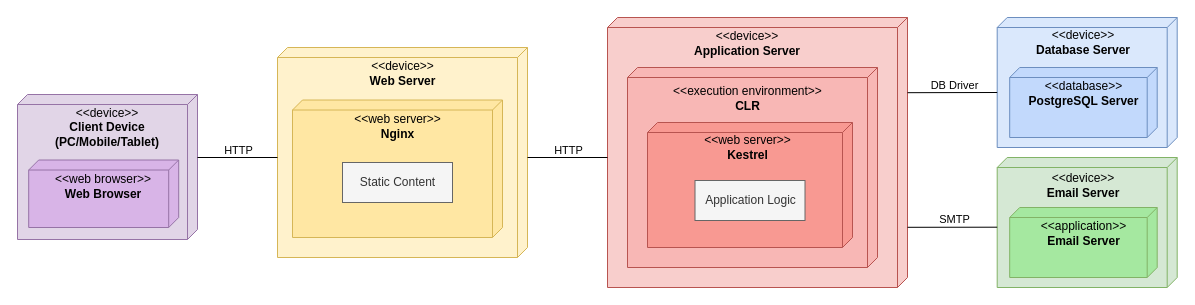
Earlier version of the draw.io diagram DD/uml/deployment/deployment.drawio (Astenna/DREAM). Source tidied: cells renumbered, new cells numbered last; positions are measured from the earlier drawing's top-left corner, leaving out a move shared by most shapes. Both pictures are drawn from the tidied source at 100%, with x=0, y=0 at pixel (17, 17).
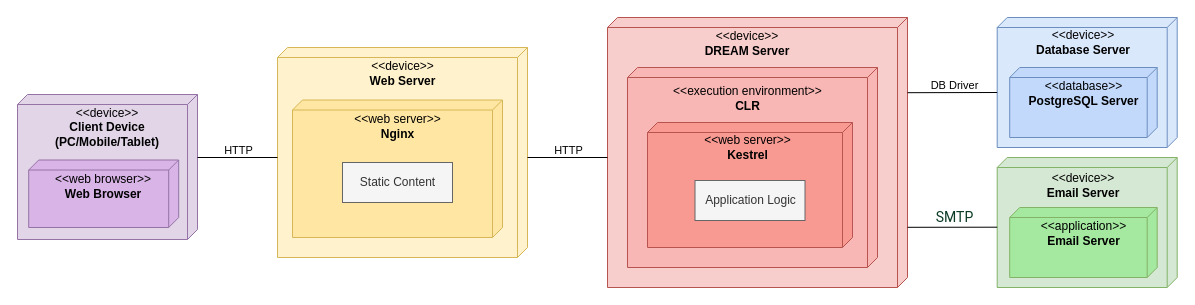
After the change.

Commit message (it also covers changes not shown here):
High level component and Deployment diagram update, changed names of components

Unchanged cells that the change refers to:
```xml
<mxCell id="16" style="endArrow=none;html=1;rounded=0;fontFamily=Helvetica;exitX=0.445;exitY=-0.001;exitDx=0;exitDy=0;exitPerimeter=0;entryX=0;entryY=0;entryDx=75;entryDy=180;entryPerimeter=0;" parent="1" edge="1">
  <mxGeometry relative="1" as="geometry">
    <mxPoint x="890" y="209.8" as="sourcePoint" />
    <mxPoint x="979.7" y="209.7" as="targetPoint" />
  </mxGeometry>
</mxCell>
```

What changed in the source:
```diff
@@
-    <mxCell id="7" value="&amp;lt;&amp;lt;device&amp;gt;&amp;gt;&lt;br&gt;&lt;b&gt;Application Server&lt;/b&gt;" style="text;html=1;strokeColor=none;fillColor=none;align=center;verticalAlign=middle;whiteSpace=wrap;rounded=0;fontFamily=Helvetica;" parent="1" vertex="1">
+    <mxCell id="7" value="&amp;lt;&amp;lt;device&amp;gt;&amp;gt;&lt;br&gt;&lt;b&gt;DREAM Server&lt;/b&gt;" style="text;html=1;strokeColor=none;fillColor=none;align=center;verticalAlign=middle;whiteSpace=wrap;rounded=0;fontFamily=Helvetica;" parent="1" vertex="1">
       <mxGeometry x="675" y="11" width="110" height="30" as="geometry" />
     </mxCell>
@@
-    <mxCell id="17" value="SMTP" style="edgeLabel;html=1;align=center;verticalAlign=middle;fontFamily=Helvetica;" parent="16" vertex="1">
+    <mxCell id="17" value="&lt;span style=&quot;color: rgb(12 , 60 , 38) ; font-family: &amp;#34;roboto&amp;#34; , &amp;#34;corbel&amp;#34; , &amp;#34;avenir&amp;#34; , &amp;#34;lucida grande&amp;#34; , &amp;#34;lucida sans&amp;#34; , sans-serif ; font-size: 14px&quot;&gt;SMTP&lt;/span&gt;" style="edgeLabel;html=1;align=center;verticalAlign=middle;fontFamily=Helvetica;" parent="16" vertex="1">
       <mxGeometry x="0.23" y="-2" relative="1" as="geometry">
-        <mxPoint x="-9" y="-10" as="offset" />
+        <mxPoint x="-9" y="-12" as="offset" />
       </mxGeometry>
     </mxCell>
```
